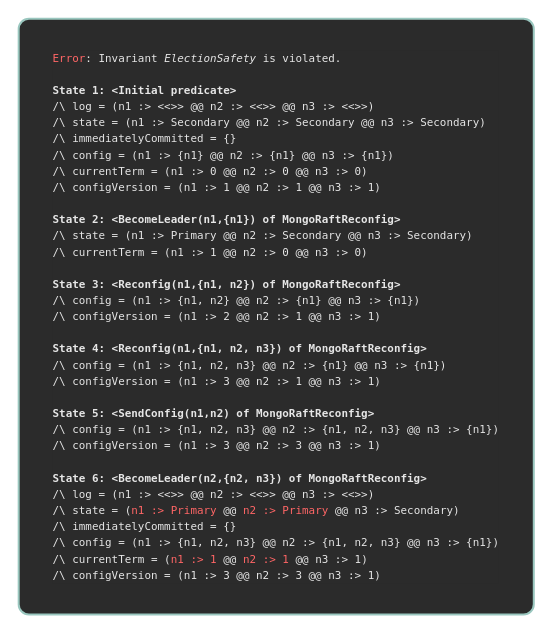
will62794/reconfig-traces keeps this draw.io diagram as page "t1" (1 of 8) of traces/traces.drawio. Above is the earlier version. Source tidied: cells renumbered, new cells numbered last; positions are measured from the earlier drawing's top-left corner, leaving out a move shared by most shapes. Both pictures are drawn from the tidied source at 101%, with x=0, y=0 at pixel (18, 18).
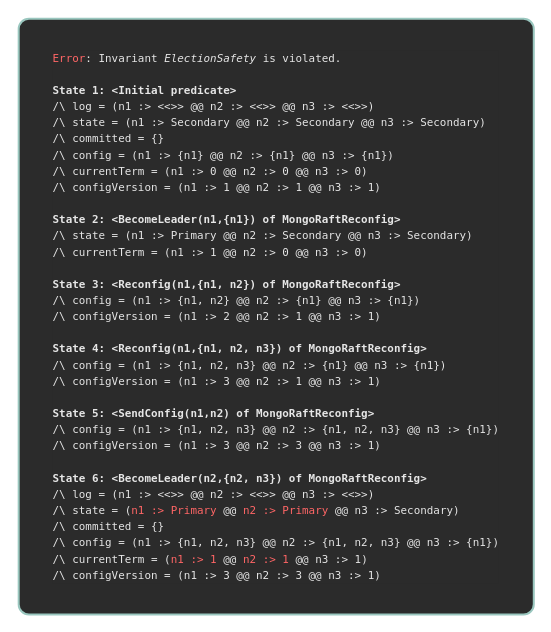
After the change.

The edit, as a diff of the source:
```diff
@@
 <mxGraphModel>
   <root>
     <mxCell id="0" />
     <mxCell id="1" parent="0" />
-    <mxCell id="2" value="&lt;div style=&quot;background-color: rgb(43, 43, 43); line-height: 16px;&quot;&gt;&lt;div style=&quot;text-align: left; font-family: Menlo, Monaco, &amp;quot;Courier New&amp;quot;, monospace; font-size: 10.8px; white-space: pre;&quot;&gt;&lt;font style=&quot;color: rgb(255, 102, 102);&quot;&gt;Error&lt;/font&gt;&lt;font style=&quot;color: rgb(230, 230, 230);&quot;&gt;: Invariant &lt;i&gt;ElectionSafety&lt;/i&gt; is violated.&lt;/font&gt;&lt;/div&gt;&lt;div style=&quot;text-align: left; font-family: Menlo, Monaco, &amp;quot;Courier New&amp;quot;, monospace; font-size: 10.8px; white-space: pre;&quot;&gt;&lt;b&gt;&lt;font style=&quot;color: rgb(230, 230, 230);&quot;&gt;&lt;br&gt;&lt;/font&gt;&lt;/b&gt;&lt;/div&gt;&lt;div style=&quot;text-align: left; font-family: Menlo, Monaco, &amp;quot;Courier New&amp;quot;, monospace; font-size: 10.8px; white-space: pre;&quot;&gt;&lt;b&gt;&lt;font style=&quot;color: rgb(230, 230, 230);&quot;&gt;State 1: &amp;lt;Initial predicate&amp;gt;&lt;/font&gt;&lt;/b&gt;&lt;/div&gt;&lt;div style=&quot;text-align: left; font-family: Menlo, Monaco, &amp;quot;Courier New&amp;quot;, monospace; font-size: 10.8px; white-space: pre;&quot;&gt;&lt;font style=&quot;color: rgb(230, 230, 230);&quot;&gt;/\ log = (n1 :&amp;gt; &amp;lt;&amp;lt;&amp;gt;&amp;gt; @@ n2 :&amp;gt; &amp;lt;&amp;lt;&amp;gt;&amp;gt; @@ n3 :&amp;gt; &amp;lt;&amp;lt;&amp;gt;&amp;gt;)&lt;/font&gt;&lt;/div&gt;&lt;div style=&quot;text-align: left; font-family: Menlo, Monaco, &amp;quot;Courier New&amp;quot;, monospace; font-size: 10.8px; white-space: pre;&quot;&gt;&lt;font style=&quot;color: rgb(230, 230, 230);&quot;&gt;/\ state = (n1 :&amp;gt; Secondary @@ n2 :&amp;gt; Secondary @@ n3 :&amp;gt; Secondary)&lt;/font&gt;&lt;/div&gt;&lt;div style=&quot;text-align: left; font-family: Menlo, Monaco, &amp;quot;Courier New&amp;quot;, monospace; font-size: 10.8px; white-space: pre;&quot;&gt;&lt;font style=&quot;color: rgb(230, 230, 230);&quot;&gt;/\ immediatelyCommitted = {}&lt;/font&gt;&lt;/div&gt;&lt;div style=&quot;text-align: left; font-family: Menlo, Monaco, &amp;quot;Courier New&amp;quot;, monospace; font-size: 10.8px; white-space: pre;&quot;&gt;&lt;font style=&quot;color: rgb(230, 230, 230);&quot;&gt;/\ config = (n1 :&amp;gt; {n1} @@ n2 :&amp;gt; {n1} @@ n3 :&amp;gt; {n1})&lt;/font&gt;&lt;/div&gt;&lt;div style=&quot;text-align: left; font-family: Menlo, Monaco, &amp;quot;Courier New&amp;quot;, monospace; font-size: 10.8px; white-space: pre;&quot;&gt;&lt;font style=&quot;color: rgb(230, 230, 230);&quot;&gt;/\ currentTerm = (n1 :&amp;gt; 0 @@ n2 :&amp;gt; 0 @@ n3 :&amp;gt; 0)&lt;/font&gt;&lt;/div&gt;&lt;div style=&quot;text-align: left; font-family: Menlo, Monaco, &amp;quot;Courier New&amp;quot;, monospace; font-size: 10.8px; white-space: pre;&quot;&gt;&lt;font style=&quot;color: rgb(230, 230, 230);&quot;&gt;/\ configVersion = (n1 :&amp;gt; 1 @@ n2 :&amp;gt; 1 @@ n3 :&amp;gt; 1)&lt;/font&gt;&lt;/div&gt;&lt;div style=&quot;text-align: left;&quot;&gt;&lt;font style=&quot;color: rgb(230, 230, 230);&quot;&gt;&lt;br&gt;&lt;/font&gt;&lt;/div&gt;&lt;div style=&quot;text-align: left; font-family: Menlo, Monaco, &amp;quot;Courier New&amp;quot;, monospace; font-size: 10.8px; white-space: pre;&quot;&gt;&lt;b&gt;&lt;font style=&quot;color: rgb(230, 230, 230);&quot;&gt;State 2: &amp;lt;BecomeLeader(n1,{n1}) of MongoRaftReconfig&amp;gt;&lt;/font&gt;&lt;/b&gt;&lt;/div&gt;&lt;div style=&quot;text-align: left; font-family: Menlo, Monaco, &amp;quot;Courier New&amp;quot;, monospace; font-size: 10.8px; white-space: pre;&quot;&gt;&lt;font style=&quot;color: rgb(230, 230, 230);&quot;&gt;/\ state = (n1 :&amp;gt; Primary @@ n2 :&amp;gt; Secondary @@ n3 :&amp;gt; Secondary)&lt;/font&gt;&lt;/div&gt;&lt;div style=&quot;text-align: left; font-family: Menlo, Monaco, &amp;quot;Courier New&amp;quot;, monospace; font-size: 10.8px; white-space: pre;&quot;&gt;&lt;font style=&quot;color: rgb(230, 230, 230);&quot;&gt;/\ currentTerm = (n1 :&amp;gt; 1 @@ n2 :&amp;gt; 0 @@ n3 :&amp;gt; 0)&lt;/font&gt;&lt;/div&gt;&lt;div style=&quot;text-align: left;&quot;&gt;&lt;font style=&quot;color: rgb(230, 230, 230);&quot;&gt;&lt;br&gt;&lt;/font&gt;&lt;/div&gt;&lt;div style=&quot;text-align: left; font-family: Menlo, Monaco, &amp;quot;Courier New&amp;quot;, monospace; font-size: 10.8px; white-space: pre;&quot;&gt;&lt;b&gt;&lt;font style=&quot;color: rgb(230, 230, 230);&quot;&gt;State 3: &amp;lt;Reconfig(n1,{n1, n2}) of MongoRaftReconfig&amp;gt;&lt;/font&gt;&lt;/b&gt;&lt;/div&gt;&lt;div style=&quot;text-align: left; font-family: Menlo, Monaco, &amp;quot;Courier New&amp;quot;, monospace; font-size: 10.8px; white-space: pre;&quot;&gt;&lt;font style=&quot;color: rgb(230, 230, 230);&quot;&gt;/\ config = (n1 :&amp;gt; {n1, n2} @@ n2 :&amp;gt; {n1} @@ n3 :&amp;gt; {n1})&lt;/font&gt;&lt;/div&gt;&lt;div style=&quot;text-align: left; font-family: Menlo, Monaco, &amp;quot;Courier New&amp;quot;, monospace; font-size: 10.8px; white-space: pre;&quot;&gt;&lt;font style=&quot;color: rgb(230, 230, 230);&quot;&gt;/\ configVersion = (n1 :&amp;gt; 2 @@ n2 :&amp;gt; 1 @@ n3 :&amp;gt; 1)&lt;/font&gt;&lt;/div&gt;&lt;div style=&quot;text-align: left;&quot;&gt;&lt;font style=&quot;color: rgb(230, 230, 230);&quot;&gt;&lt;br&gt;&lt;/font&gt;&lt;/div&gt;&lt;div style=&quot;text-align: left; font-family: Menlo, Monaco, &amp;quot;Courier New&amp;quot;, monospace; font-size: 10.8px; white-space: pre;&quot;&gt;&lt;b&gt;&lt;font style=&quot;color: rgb(230, 230, 230);&quot;&gt;State 4: &amp;lt;Reconfig(n1,{n1, n2, n3}) of MongoRaftReconfig&amp;gt;&lt;/font&gt;&lt;/b&gt;&lt;/div&gt;&lt;div style=&quot;text-align: left; font-family: Menlo, Monaco, &amp;quot;Courier New&amp;quot;, monospace; font-size: 10.8px; white-space: pre;&quot;&gt;&lt;font style=&quot;color: rgb(230, 230, 230);&quot;&gt;/\ config = (n1 :&amp;gt; {n1, n2, n3} @@ n2 :&amp;gt; {n1} @@ n3 :&amp;gt; {n1})&lt;/font&gt;&lt;/div&gt;&lt;div style=&quot;text-align: left; font-family: Menlo, Monaco, &amp;quot;Courier New&amp;quot;, monospace; font-size: 10.8px; white-space: pre;&quot;&gt;&lt;font style=&quot;color: rgb(230, 230, 230);&quot;&gt;/\ configVersion = (n1 :&amp;gt; 3 @@ n2 :&amp;gt; 1 @@ n3 :&amp;gt; 1)&lt;/font&gt;&lt;/div&gt;&lt;div style=&quot;text-align: left;&quot;&gt;&lt;font style=&quot;color: rgb(230, 230, 230);&quot;&gt;&lt;br&gt;&lt;/font&gt;&lt;/div&gt;&lt;div style=&quot;text-align: left; font-family: Menlo, Monaco, &amp;quot;Courier New&amp;quot;, monospace; font-size: 10.8px; white-space: pre;&quot;&gt;&lt;b&gt;&lt;font style=&quot;color: rgb(230, 230, 230);&quot;&gt;State 5: &amp;lt;SendConfig(n1,n2) of MongoRaftReconfig&amp;gt;&lt;/font&gt;&lt;/b&gt;&lt;/div&gt;&lt;div style=&quot;text-align: left; font-family: Menlo, Monaco, &amp;quot;Courier New&amp;quot;, monospace; font-size: 10.8px; white-space: pre;&quot;&gt;&lt;font style=&quot;color: rgb(230, 230, 230);&quot;&gt;/\ config = (n1 :&amp;gt; {n1, n2, n3} @@ n2 :&amp;gt; {n1, n2, n3} @@ n3 :&amp;gt; {n1})&lt;/font&gt;&lt;/div&gt;&lt;div style=&quot;text-align: left; font-family: Menlo, Monaco, &amp;quot;Courier New&amp;quot;, monospace; font-size: 10.8px; white-space: pre;&quot;&gt;&lt;font style=&quot;color: rgb(230, 230, 230);&quot;&gt;/\ configVersion = (n1 :&amp;gt; 3 @@ n2 :&amp;gt; 3 @@ n3 :&amp;gt; 1)&lt;/font&gt;&lt;/div&gt;&lt;div style=&quot;text-align: left;&quot;&gt;&lt;font style=&quot;color: rgb(230, 230, 230);&quot;&gt;&lt;br&gt;&lt;/font&gt;&lt;/div&gt;&lt;div style=&quot;text-align: left; font-family: Menlo, Monaco, &amp;quot;Courier New&amp;quot;, monospace; font-size: 10.8px; white-space: pre;&quot;&gt;&lt;b&gt;&lt;font style=&quot;color: rgb(230, 230, 230);&quot;&gt;State 6: &amp;lt;BecomeLeader(n2,{n2, n3}) of MongoRaftReconfig&amp;gt;&lt;/font&gt;&lt;/b&gt;&lt;/div&gt;&lt;div style=&quot;text-align: left; font-family: Menlo, Monaco, &amp;quot;Courier New&amp;quot;, monospace; font-size: 10.8px; white-space: pre;&quot;&gt;&lt;font style=&quot;color: rgb(230, 230, 230);&quot;&gt;/\ log = (n1 :&amp;gt; &amp;lt;&amp;lt;&amp;gt;&amp;gt; @@ n2 :&amp;gt; &amp;lt;&amp;lt;&amp;gt;&amp;gt; @@ n3 :&amp;gt; &amp;lt;&amp;lt;&amp;gt;&amp;gt;)&lt;/font&gt;&lt;/div&gt;&lt;div style=&quot;text-align: left; font-family: Menlo, Monaco, &amp;quot;Courier New&amp;quot;, monospace; font-size: 10.8px; white-space: pre;&quot;&gt;&lt;font&gt;&lt;font color=&quot;#e6e6e6&quot;&gt;/\ state = (&lt;/font&gt;&lt;font style=&quot;color: rgb(255, 102, 102);&quot;&gt;n1 :&amp;gt; &lt;font style=&quot;&quot;&gt;Primary&lt;/font&gt;&lt;/font&gt;&lt;span style=&quot;color: rgb(230, 230, 230);&quot;&gt; @@ &lt;/span&gt;&lt;font style=&quot;color: rgb(255, 102, 102);&quot;&gt;n2 :&amp;gt; &lt;font style=&quot;&quot;&gt;Primary&lt;/font&gt;&lt;/font&gt;&lt;font style=&quot;color: rgb(230, 230, 230);&quot;&gt; @@ n3 :&amp;gt; Secondary)&lt;/font&gt;&lt;/font&gt;&lt;/div&gt;&lt;div style=&quot;text-align: left; font-family: Menlo, Monaco, &amp;quot;Courier New&amp;quot;, monospace; font-size: 10.8px; white-space: pre;&quot;&gt;&lt;font style=&quot;color: rgb(230, 230, 230);&quot;&gt;/\ immediatelyCommitted = {}&lt;/font&gt;&lt;/div&gt;&lt;div style=&quot;text-align: left; font-family: Menlo, Monaco, &amp;quot;Courier New&amp;quot;, monospace; font-size: 10.8px; white-space: pre;&quot;&gt;&lt;font style=&quot;color: rgb(230, 230, 230);&quot;&gt;/\ config = (n1 :&amp;gt; {n1, n2, n3} @@ n2 :&amp;gt; {n1, n2, n3} @@ n3 :&amp;gt; {n1})&lt;/font&gt;&lt;/div&gt;&lt;div style=&quot;text-align: left; font-family: Menlo, Monaco, &amp;quot;Courier New&amp;quot;, monospace; font-size: 10.8px; white-space: pre;&quot;&gt;&lt;font style=&quot;color: rgb(230, 230, 230);&quot;&gt;/\ currentTerm = (&lt;/font&gt;&lt;font style=&quot;color: rgb(255, 102, 102);&quot;&gt;n1 :&amp;gt; 1&lt;/font&gt;&lt;font style=&quot;color: rgb(230, 230, 230);&quot;&gt; @@ &lt;/font&gt;&lt;font style=&quot;color: rgb(255, 102, 102);&quot;&gt;n2 :&amp;gt; 1&lt;/font&gt;&lt;font style=&quot;color: rgb(230, 230, 230);&quot;&gt; @@ n3 :&amp;gt; 1)&lt;/font&gt;&lt;/div&gt;&lt;div style=&quot;text-align: left; font-family: Menlo, Monaco, &amp;quot;Courier New&amp;quot;, monospace; font-size: 10.8px; white-space: pre;&quot;&gt;&lt;font style=&quot;color: rgb(230, 230, 230);&quot;&gt;/\ configVersion = (n1 :&amp;gt; 3 @@ n2 :&amp;gt; 3 @@ n3 :&amp;gt; 1)&lt;/font&gt;&lt;/div&gt;&lt;/div&gt;" style="text;html=1;align=center;verticalAlign=middle;whiteSpace=wrap;rounded=1;strokeColor=#9AC7BF;fillColor=light-dark(#2B2B2B,#282A35);gradientColor=none;arcSize=2;imageHeight=24;strokeWidth=2;" parent="1" vertex="1">
+    <mxCell id="2" value="&lt;div style=&quot;background-color: rgb(43, 43, 43); line-height: 16px;&quot;&gt;&lt;div style=&quot;text-align: left; font-family: Menlo, Monaco, &amp;quot;Courier New&amp;quot;, monospace; font-size: 10.8px; white-space: pre;&quot;&gt;&lt;font style=&quot;color: rgb(255, 102, 102);&quot;&gt;Error&lt;/font&gt;&lt;font style=&quot;color: rgb(230, 230, 230);&quot;&gt;: Invariant &lt;i&gt;ElectionSafety&lt;/i&gt; is violated.&lt;/font&gt;&lt;/div&gt;&lt;div style=&quot;text-align: left; font-family: Menlo, Monaco, &amp;quot;Courier New&amp;quot;, monospace; font-size: 10.8px; white-space: pre;&quot;&gt;&lt;b&gt;&lt;font style=&quot;color: rgb(230, 230, 230);&quot;&gt;&lt;br&gt;&lt;/font&gt;&lt;/b&gt;&lt;/div&gt;&lt;div style=&quot;text-align: left; font-family: Menlo, Monaco, &amp;quot;Courier New&amp;quot;, monospace; font-size: 10.8px; white-space: pre;&quot;&gt;&lt;b&gt;&lt;font style=&quot;color: rgb(230, 230, 230);&quot;&gt;State 1: &amp;lt;Initial predicate&amp;gt;&lt;/font&gt;&lt;/b&gt;&lt;/div&gt;&lt;div style=&quot;text-align: left; font-family: Menlo, Monaco, &amp;quot;Courier New&amp;quot;, monospace; font-size: 10.8px; white-space: pre;&quot;&gt;&lt;font style=&quot;color: rgb(230, 230, 230);&quot;&gt;/\ log = (n1 :&amp;gt; &amp;lt;&amp;lt;&amp;gt;&amp;gt; @@ n2 :&amp;gt; &amp;lt;&amp;lt;&amp;gt;&amp;gt; @@ n3 :&amp;gt; &amp;lt;&amp;lt;&amp;gt;&amp;gt;)&lt;/font&gt;&lt;/div&gt;&lt;div style=&quot;text-align: left; font-family: Menlo, Monaco, &amp;quot;Courier New&amp;quot;, monospace; font-size: 10.8px; white-space: pre;&quot;&gt;&lt;font style=&quot;color: rgb(230, 230, 230);&quot;&gt;/\ state = (n1 :&amp;gt; Secondary @@ n2 :&amp;gt; Secondary @@ n3 :&amp;gt; Secondary)&lt;/font&gt;&lt;/div&gt;&lt;div style=&quot;text-align: left; font-family: Menlo, Monaco, &amp;quot;Courier New&amp;quot;, monospace; font-size: 10.8px; white-space: pre;&quot;&gt;&lt;font style=&quot;color: rgb(230, 230, 230);&quot;&gt;/\ committed = {}&lt;/font&gt;&lt;/div&gt;&lt;div style=&quot;text-align: left; font-family: Menlo, Monaco, &amp;quot;Courier New&amp;quot;, monospace; font-size: 10.8px; white-space: pre;&quot;&gt;&lt;font style=&quot;color: rgb(230, 230, 230);&quot;&gt;/\ config = (n1 :&amp;gt; {n1} @@ n2 :&amp;gt; {n1} @@ n3 :&amp;gt; {n1})&lt;/font&gt;&lt;/div&gt;&lt;div style=&quot;text-align: left; font-family: Menlo, Monaco, &amp;quot;Courier New&amp;quot;, monospace; font-size: 10.8px; white-space: pre;&quot;&gt;&lt;font style=&quot;color: rgb(230, 230, 230);&quot;&gt;/\ currentTerm = (n1 :&amp;gt; 0 @@ n2 :&amp;gt; 0 @@ n3 :&amp;gt; 0)&lt;/font&gt;&lt;/div&gt;&lt;div style=&quot;text-align: left; font-family: Menlo, Monaco, &amp;quot;Courier New&amp;quot;, monospace; font-size: 10.8px; white-space: pre;&quot;&gt;&lt;font style=&quot;color: rgb(230, 230, 230);&quot;&gt;/\ configVersion = (n1 :&amp;gt; 1 @@ n2 :&amp;gt; 1 @@ n3 :&amp;gt; 1)&lt;/font&gt;&lt;/div&gt;&lt;div style=&quot;text-align: left;&quot;&gt;&lt;font style=&quot;color: rgb(230, 230, 230);&quot;&gt;&lt;br&gt;&lt;/font&gt;&lt;/div&gt;&lt;div style=&quot;text-align: left; font-family: Menlo, Monaco, &amp;quot;Courier New&amp;quot;, monospace; font-size: 10.8px; white-space: pre;&quot;&gt;&lt;b&gt;&lt;font style=&quot;color: rgb(230, 230, 230);&quot;&gt;State 2: &amp;lt;BecomeLeader(n1,{n1}) of MongoRaftReconfig&amp;gt;&lt;/font&gt;&lt;/b&gt;&lt;/div&gt;&lt;div style=&quot;text-align: left; font-family: Menlo, Monaco, &amp;quot;Courier New&amp;quot;, monospace; font-size: 10.8px; white-space: pre;&quot;&gt;&lt;font style=&quot;color: rgb(230, 230, 230);&quot;&gt;/\ state = (n1 :&amp;gt; Primary @@ n2 :&amp;gt; Secondary @@ n3 :&amp;gt; Secondary)&lt;/font&gt;&lt;/div&gt;&lt;div style=&quot;text-align: left; font-family: Menlo, Monaco, &amp;quot;Courier New&amp;quot;, monospace; font-size: 10.8px; white-space: pre;&quot;&gt;&lt;font style=&quot;color: rgb(230, 230, 230);&quot;&gt;/\ currentTerm = (n1 :&amp;gt; 1 @@ n2 :&amp;gt; 0 @@ n3 :&amp;gt; 0)&lt;/font&gt;&lt;/div&gt;&lt;div style=&quot;text-align: left;&quot;&gt;&lt;font style=&quot;color: rgb(230, 230, 230);&quot;&gt;&lt;br&gt;&lt;/font&gt;&lt;/div&gt;&lt;div style=&quot;text-align: left; font-family: Menlo, Monaco, &amp;quot;Courier New&amp;quot;, monospace; font-size: 10.8px; white-space: pre;&quot;&gt;&lt;b&gt;&lt;font style=&quot;color: rgb(230, 230, 230);&quot;&gt;State 3: &amp;lt;Reconfig(n1,{n1, n2}) of MongoRaftReconfig&amp;gt;&lt;/font&gt;&lt;/b&gt;&lt;/div&gt;&lt;div style=&quot;text-align: left; font-family: Menlo, Monaco, &amp;quot;Courier New&amp;quot;, monospace; font-size: 10.8px; white-space: pre;&quot;&gt;&lt;font style=&quot;color: rgb(230, 230, 230);&quot;&gt;/\ config = (n1 :&amp;gt; {n1, n2} @@ n2 :&amp;gt; {n1} @@ n3 :&amp;gt; {n1})&lt;/font&gt;&lt;/div&gt;&lt;div style=&quot;text-align: left; font-family: Menlo, Monaco, &amp;quot;Courier New&amp;quot;, monospace; font-size: 10.8px; white-space: pre;&quot;&gt;&lt;font style=&quot;color: rgb(230, 230, 230);&quot;&gt;/\ configVersion = (n1 :&amp;gt; 2 @@ n2 :&amp;gt; 1 @@ n3 :&amp;gt; 1)&lt;/font&gt;&lt;/div&gt;&lt;div style=&quot;text-align: left;&quot;&gt;&lt;font style=&quot;color: rgb(230, 230, 230);&quot;&gt;&lt;br&gt;&lt;/font&gt;&lt;/div&gt;&lt;div style=&quot;text-align: left; font-family: Menlo, Monaco, &amp;quot;Courier New&amp;quot;, monospace; font-size: 10.8px; white-space: pre;&quot;&gt;&lt;b&gt;&lt;font style=&quot;color: rgb(230, 230, 230);&quot;&gt;State 4: &amp;lt;Reconfig(n1,{n1, n2, n3}) of MongoRaftReconfig&amp;gt;&lt;/font&gt;&lt;/b&gt;&lt;/div&gt;&lt;div style=&quot;text-align: left; font-family: Menlo, Monaco, &amp;quot;Courier New&amp;quot;, monospace; font-size: 10.8px; white-space: pre;&quot;&gt;&lt;font style=&quot;color: rgb(230, 230, 230);&quot;&gt;/\ config = (n1 :&amp;gt; {n1, n2, n3} @@ n2 :&amp;gt; {n1} @@ n3 :&amp;gt; {n1})&lt;/font&gt;&lt;/div&gt;&lt;div style=&quot;text-align: left; font-family: Menlo, Monaco, &amp;quot;Courier New&amp;quot;, monospace; font-size: 10.8px; white-space: pre;&quot;&gt;&lt;font style=&quot;color: rgb(230, 230, 230);&quot;&gt;/\ configVersion = (n1 :&amp;gt; 3 @@ n2 :&amp;gt; 1 @@ n3 :&amp;gt; 1)&lt;/font&gt;&lt;/div&gt;&lt;div style=&quot;text-align: left;&quot;&gt;&lt;font style=&quot;color: rgb(230, 230, 230);&quot;&gt;&lt;br&gt;&lt;/font&gt;&lt;/div&gt;&lt;div style=&quot;text-align: left; font-family: Menlo, Monaco, &amp;quot;Courier New&amp;quot;, monospace; font-size: 10.8px; white-space: pre;&quot;&gt;&lt;b&gt;&lt;font style=&quot;color: rgb(230, 230, 230);&quot;&gt;State 5: &amp;lt;SendConfig(n1,n2) of MongoRaftReconfig&amp;gt;&lt;/font&gt;&lt;/b&gt;&lt;/div&gt;&lt;div style=&quot;text-align: left; font-family: Menlo, Monaco, &amp;quot;Courier New&amp;quot;, monospace; font-size: 10.8px; white-space: pre;&quot;&gt;&lt;font style=&quot;color: rgb(230, 230, 230);&quot;&gt;/\ config = (n1 :&amp;gt; {n1, n2, n3} @@ n2 :&amp;gt; {n1, n2, n3} @@ n3 :&amp;gt; {n1})&lt;/font&gt;&lt;/div&gt;&lt;div style=&quot;text-align: left; font-family: Menlo, Monaco, &amp;quot;Courier New&amp;quot;, monospace; font-size: 10.8px; white-space: pre;&quot;&gt;&lt;font style=&quot;color: rgb(230, 230, 230);&quot;&gt;/\ configVersion = (n1 :&amp;gt; 3 @@ n2 :&amp;gt; 3 @@ n3 :&amp;gt; 1)&lt;/font&gt;&lt;/div&gt;&lt;div style=&quot;text-align: left;&quot;&gt;&lt;font style=&quot;color: rgb(230, 230, 230);&quot;&gt;&lt;br&gt;&lt;/font&gt;&lt;/div&gt;&lt;div style=&quot;text-align: left; font-family: Menlo, Monaco, &amp;quot;Courier New&amp;quot;, monospace; font-size: 10.8px; white-space: pre;&quot;&gt;&lt;b&gt;&lt;font style=&quot;color: rgb(230, 230, 230);&quot;&gt;State 6: &amp;lt;BecomeLeader(n2,{n2, n3}) of MongoRaftReconfig&amp;gt;&lt;/font&gt;&lt;/b&gt;&lt;/div&gt;&lt;div style=&quot;text-align: left; font-family: Menlo, Monaco, &amp;quot;Courier New&amp;quot;, monospace; font-size: 10.8px; white-space: pre;&quot;&gt;&lt;font style=&quot;color: rgb(230, 230, 230);&quot;&gt;/\ log = (n1 :&amp;gt; &amp;lt;&amp;lt;&amp;gt;&amp;gt; @@ n2 :&amp;gt; &amp;lt;&amp;lt;&amp;gt;&amp;gt; @@ n3 :&amp;gt; &amp;lt;&amp;lt;&amp;gt;&amp;gt;)&lt;/font&gt;&lt;/div&gt;&lt;div style=&quot;text-align: left; font-family: Menlo, Monaco, &amp;quot;Courier New&amp;quot;, monospace; font-size: 10.8px; white-space: pre;&quot;&gt;&lt;font&gt;&lt;font color=&quot;#e6e6e6&quot;&gt;/\ state = (&lt;/font&gt;&lt;font style=&quot;color: rgb(255, 102, 102);&quot;&gt;n1 :&amp;gt; &lt;font style=&quot;&quot;&gt;Primary&lt;/font&gt;&lt;/font&gt;&lt;span style=&quot;color: rgb(230, 230, 230);&quot;&gt; @@ &lt;/span&gt;&lt;font style=&quot;color: rgb(255, 102, 102);&quot;&gt;n2 :&amp;gt; &lt;font style=&quot;&quot;&gt;Primary&lt;/font&gt;&lt;/font&gt;&lt;font style=&quot;color: rgb(230, 230, 230);&quot;&gt; @@ n3 :&amp;gt; Secondary)&lt;/font&gt;&lt;/font&gt;&lt;/div&gt;&lt;div style=&quot;text-align: left; font-family: Menlo, Monaco, &amp;quot;Courier New&amp;quot;, monospace; font-size: 10.8px; white-space: pre;&quot;&gt;&lt;font style=&quot;color: rgb(230, 230, 230);&quot;&gt;/\ committed = {}&lt;/font&gt;&lt;/div&gt;&lt;div style=&quot;text-align: left; font-family: Menlo, Monaco, &amp;quot;Courier New&amp;quot;, monospace; font-size: 10.8px; white-space: pre;&quot;&gt;&lt;font style=&quot;color: rgb(230, 230, 230);&quot;&gt;/\ config = (n1 :&amp;gt; {n1, n2, n3} @@ n2 :&amp;gt; {n1, n2, n3} @@ n3 :&amp;gt; {n1})&lt;/font&gt;&lt;/div&gt;&lt;div style=&quot;text-align: left; font-family: Menlo, Monaco, &amp;quot;Courier New&amp;quot;, monospace; font-size: 10.8px; white-space: pre;&quot;&gt;&lt;font style=&quot;color: rgb(230, 230, 230);&quot;&gt;/\ currentTerm = (&lt;/font&gt;&lt;font style=&quot;color: rgb(255, 102, 102);&quot;&gt;n1 :&amp;gt; 1&lt;/font&gt;&lt;font style=&quot;color: rgb(230, 230, 230);&quot;&gt; @@ &lt;/font&gt;&lt;font style=&quot;color: rgb(255, 102, 102);&quot;&gt;n2 :&amp;gt; 1&lt;/font&gt;&lt;font style=&quot;color: rgb(230, 230, 230);&quot;&gt; @@ n3 :&amp;gt; 1)&lt;/font&gt;&lt;/div&gt;&lt;div style=&quot;text-align: left; font-family: Menlo, Monaco, &amp;quot;Courier New&amp;quot;, monospace; font-size: 10.8px; white-space: pre;&quot;&gt;&lt;font style=&quot;color: rgb(230, 230, 230);&quot;&gt;/\ configVersion = (n1 :&amp;gt; 3 @@ n2 :&amp;gt; 3 @@ n3 :&amp;gt; 1)&lt;/font&gt;&lt;/div&gt;&lt;/div&gt;" style="text;html=1;align=center;verticalAlign=middle;whiteSpace=wrap;rounded=1;strokeColor=#9AC7BF;fillColor=light-dark(#2B2B2B,#282A35);gradientColor=none;arcSize=2;imageHeight=24;strokeWidth=2;" parent="1" vertex="1">
       <mxGeometry width="510" height="590" as="geometry" />
     </mxCell>
   </root>
 </mxGraphModel>
```
